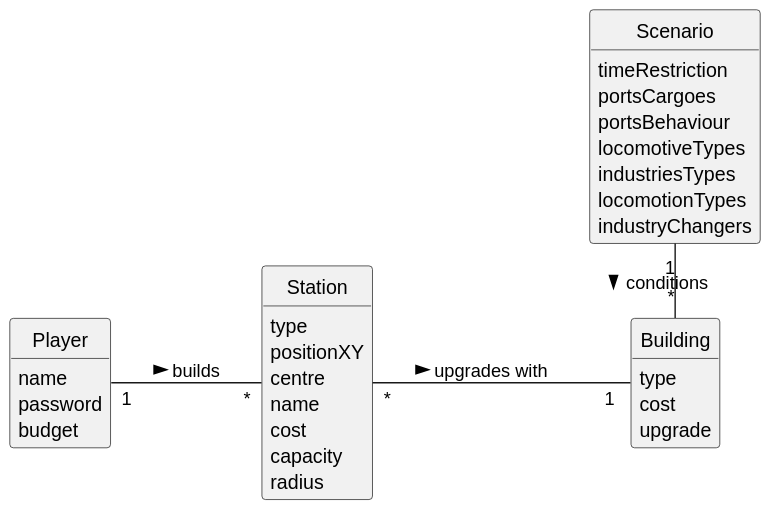
Before: Sprint2/US006/02.analysis/svg/US006-DM.svg, a diagram exported from PlantUML (1240935/pi2-railway-simulator). Source of this version:
```plantuml
@startuml
skinparam monochrome true
skinparam packageStyle rectangle
skinparam shadowing false
skinparam classAttributeIconSize 0
hide circle
hide methods

left to right direction

class Player {
    name
    password
    budget
}

class Station {
    type
    positionXY
    centre
    name
    cost
    capacity
    radius
}

class Building {
    type
    cost
    upgrade
}

class Scenario {
    timeRestriction
    portsCargoes
    portsBehaviour
    locomotiveTypes
    industriesTypes
    locomotionTypes
    industryChangers
}

Player "1" -- "*" Station: builds >
Scenario "1" - "*" Building: conditions >
Station "*" -- "1 "Building:  upgrades with  >
@enduml
```
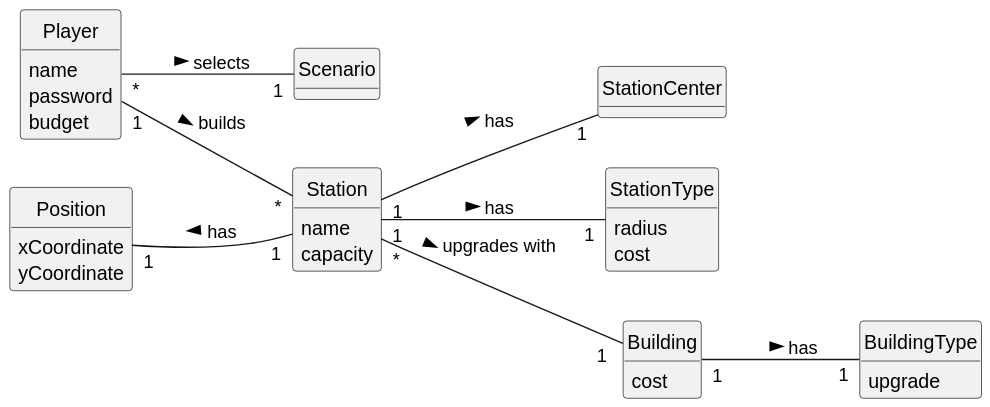
The same diagram one commit later.

Diff of the diagram source:
```diff
@@ -15,32 +15,39 @@
 }
 
 class Station {
-    type
-    positionXY
-    centre
     name
+    capacity
+}
+
+class StationCenter{
+}
+
+class StationType{
+    radius
     cost
-    capacity
-    radius
 }
 
 class Building {
-    type
     cost
+}
+
+class BuildingType {
     upgrade
 }
 
 class Scenario {
-    timeRestriction
-    portsCargoes
-    portsBehaviour
-    locomotiveTypes
-    industriesTypes
-    locomotionTypes
-    industryChangers
+}
+
+class Position{
+    xCoordinate
+    yCoordinate
 }
 
 Player "1" -- "*" Station: builds >
-Scenario "1" - "*" Building: conditions >
+Player "*" -- "1" Scenario : selects >
 Station "*" -- "1 "Building:  upgrades with  >
+Station "1" -- "1" StationType: has >
+Station "1" -- "1" StationCenter: has >
+Building "1" -- "1" BuildingType : has >
+Position "1" -- "1" Station: has <
 @enduml
```
